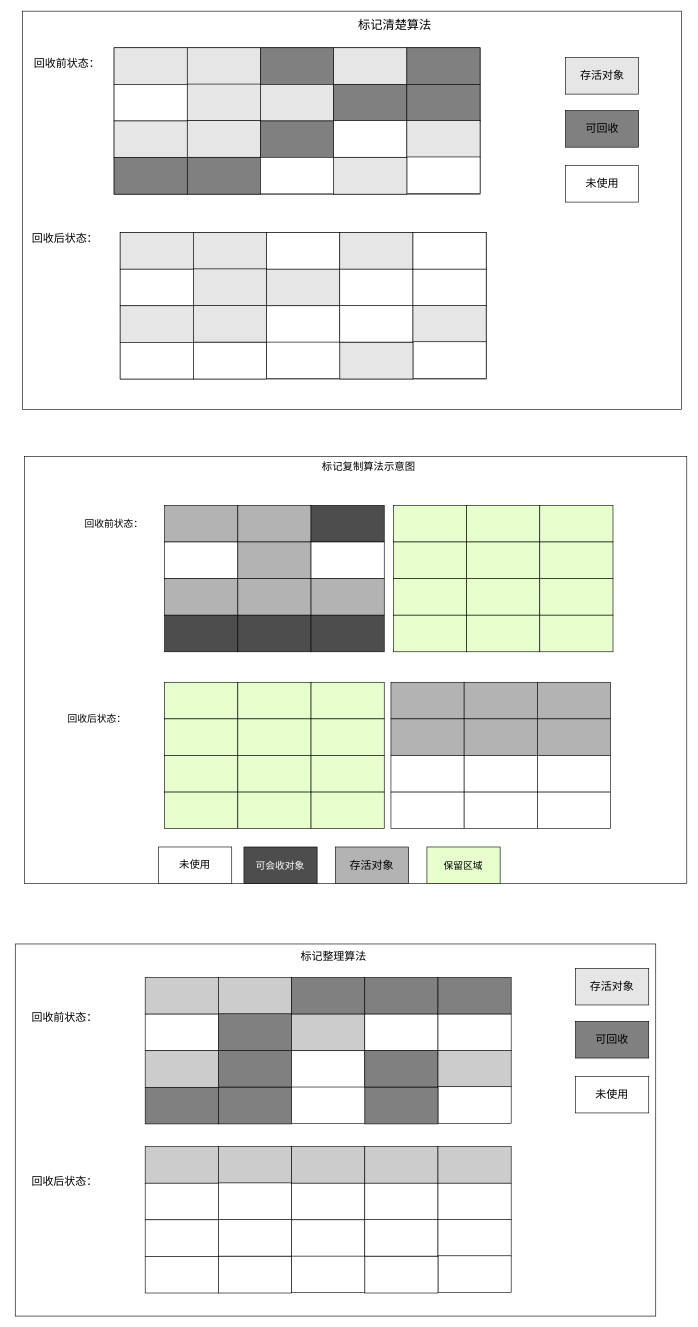
h-dj/Java-Learning keeps this draw.io diagram as page "垃圾回收算法图示" (3 of 9) of doc/Java虚拟机相关图示.drawio. Above is the earlier version. Source tidied: cells renumbered, new cells numbered last; positions are measured from the earlier drawing's top-left corner, leaving out a move shared by most shapes. Both pictures are drawn from the tidied source at 61%, with x=0, y=0 at pixel (10, 11).
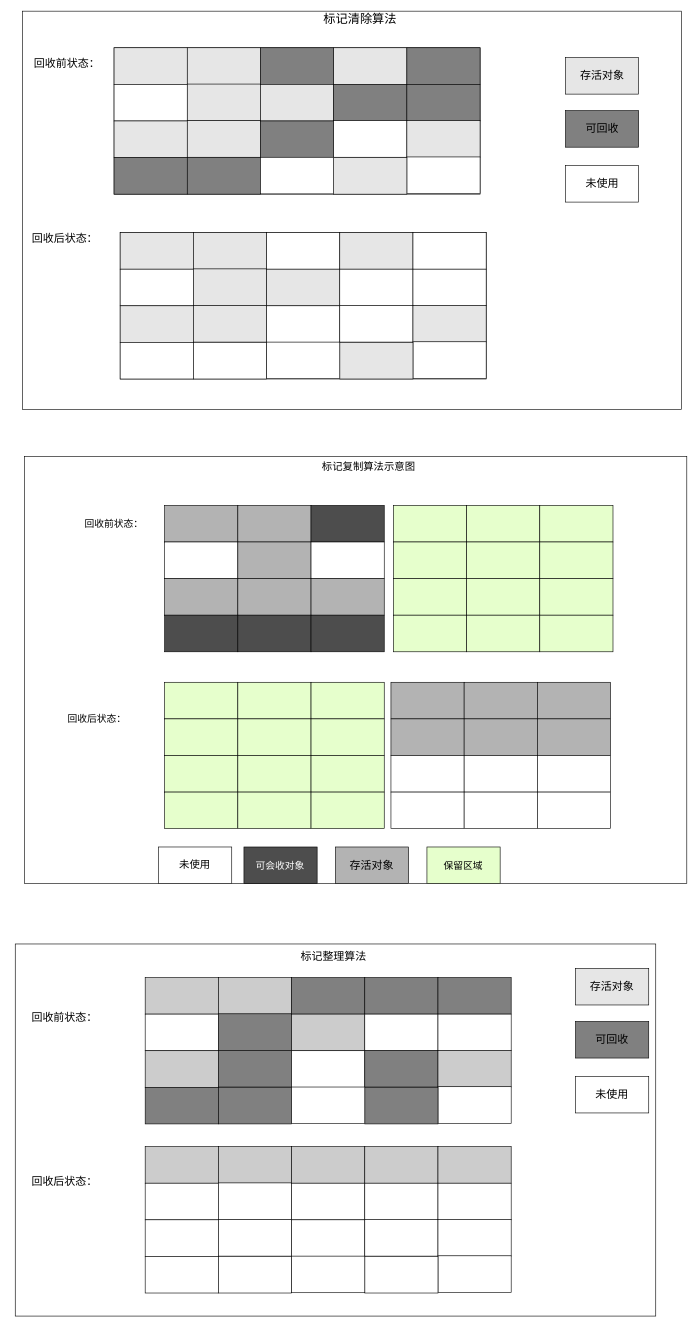
The same page after the edit.

Unchanged cells that the change refers to:
```xml
<mxCell id="4" style="group;" parent="3" vertex="1">
  <mxGeometry width="1100" height="653" as="geometry" />
</mxCell>
```

Change to the diagram source:
```diff
@@
-    <mxCell id="53" value="&lt;font style=&quot;font-size: 20px&quot;&gt;标记清楚算法&lt;/font&gt;" style="text;html=1;strokeColor=none;fillColor=none;align=center;verticalAlign=middle;whiteSpace=wrap;rounded=0;" parent="4" vertex="1">
-      <mxGeometry x="510" y="11" width="240" height="20" as="geometry" />
+    <mxCell id="53" value="&lt;font style=&quot;font-size: 20px&quot;&gt;标记清除算法&lt;/font&gt;" style="text;html=1;strokeColor=none;fillColor=none;align=center;verticalAlign=middle;whiteSpace=wrap;rounded=0;" parent="4" vertex="1">
+      <mxGeometry x="453" y="1" width="240" height="20" as="geometry" />
     </mxCell>
```
